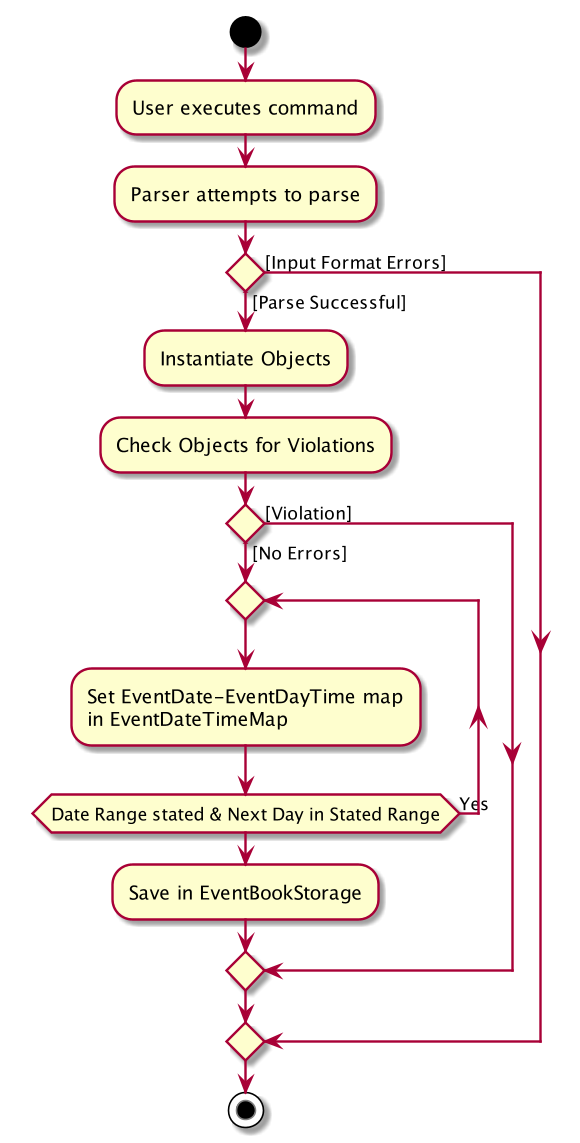
Earlier version of the PlantUML export docs/images/SettingEventDateActivityDiagram.png (nus-cs2103-AY1920S1/addressbook-level3).
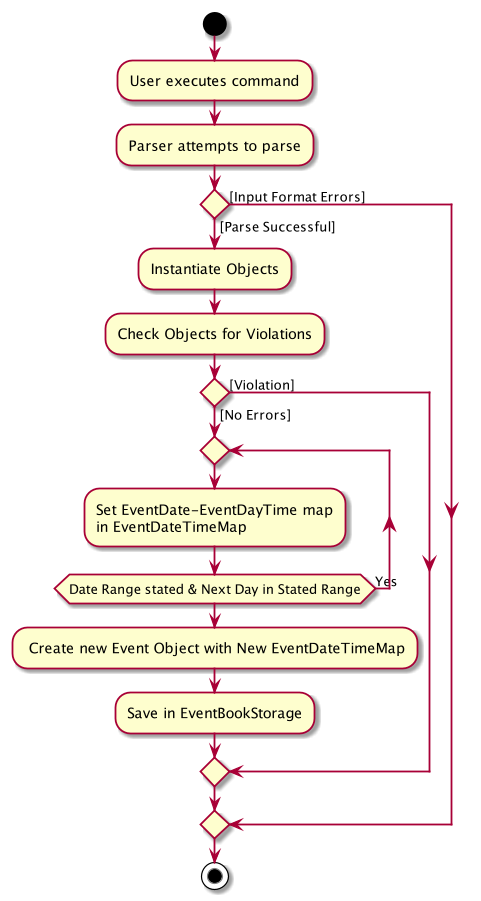
The same diagram one commit later.

What changed in the source:
```diff
@@ -11,6 +11,7 @@
     :Set EventDate-EventDayTime map
     in EventDateTimeMap;
     repeat while (Date Range stated & Next Day in Stated Range) is (Yes)
+    : Create new Event Object with New EventDateTimeMap;
     :Save in EventBookStorage;
     else([Violation])
     endif
```
